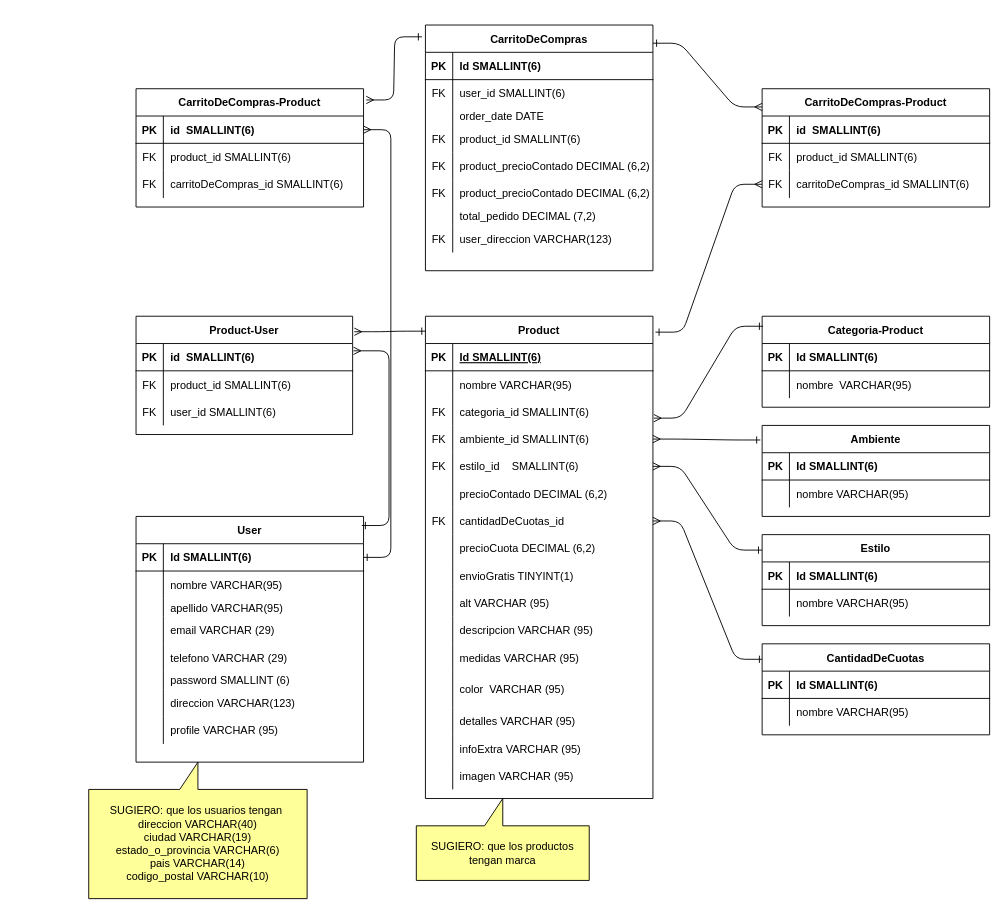
Mariana-Candia/New-repository keeps this draw.io diagram as Untitled Diagram.drawio. Above is the earlier version. Source tidied: cells renumbered, new cells numbered last; positions are measured from the earlier drawing's top-left corner, leaving out a move shared by most shapes. Both pictures are drawn from the tidied source at 91%, with x=0, y=0 at pixel (88, 25).
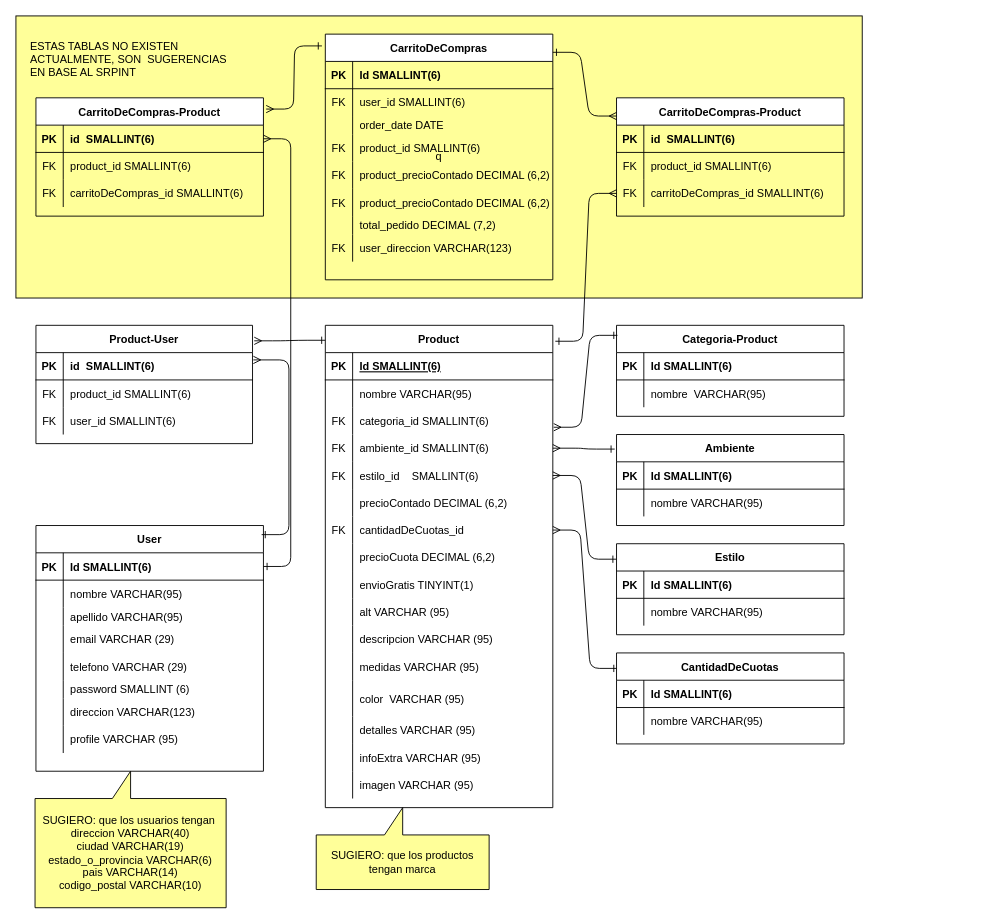
The same diagram, later.

Unchanged cells that the change refers to:
```xml
<mxCell id="99" style="shape=partialRectangle;fillColor=none;points=[[0,0.5],[1,0.5]];portConstraint=eastwest;top=0;left=0;right=0;bottom=1;" parent="98" vertex="1">
  <mxGeometry y="30" width="238" height="30" as="geometry" />
</mxCell>
```

Diff of the diagram source:
```diff
@@
+    <mxCell id="171" value="q" style="rounded=0;whiteSpace=wrap;html=1;fillColor=#FFFF99;" parent="1" vertex="1">
+      <mxGeometry x="-80" y="-10" width="930" height="310" as="geometry" />
+    </mxCell>
@@
     <mxCell id="3" value="Product" style="shape=table;startSize=30;childLayout=tableLayout;rowLines=0;fontStyle=1;align=center;" parent="1" vertex="1">
-      <mxGeometry x="370" y="320" width="250" height="530" as="geometry" />
+      <mxGeometry x="260" y="330" width="250" height="530" as="geometry" />
     </mxCell>
@@
     <mxCell id="52" value="Estilo" style="shape=table;startSize=30;childLayout=tableLayout;rowLines=0;fontStyle=1;align=center;" parent="1" vertex="1">
-      <mxGeometry x="740" y="560" width="250" height="100" as="geometry" />
+      <mxGeometry x="580" y="570" width="250" height="100" as="geometry" />
     </mxCell>
@@
     <mxCell id="59" value="User" style="shape=table;startSize=30;childLayout=tableLayout;rowLines=0;fontStyle=1;align=center;" parent="1" vertex="1">
-      <mxGeometry x="52" y="540" width="250" height="270" as="geometry" />
+      <mxGeometry x="-58" y="550" width="250" height="270" as="geometry" />
     </mxCell>
@@
     <mxCell id="84" value="Categoria-Product" style="shape=table;startSize=30;childLayout=tableLayout;rowLines=0;fontStyle=1;align=center;" parent="1" vertex="1">
-      <mxGeometry x="740" y="320" width="250" height="100" as="geometry" />
+      <mxGeometry x="580" y="330" width="250" height="100" as="geometry" />
     </mxCell>
@@
     <mxCell id="91" value="Ambiente" style="shape=table;startSize=30;childLayout=tableLayout;rowLines=0;fontStyle=1;align=center;" parent="1" vertex="1">
-      <mxGeometry x="740" y="440" width="250" height="100" as="geometry" />
+      <mxGeometry x="580" y="450" width="250" height="100" as="geometry" />
     </mxCell>
@@
     <mxCell id="98" value="Product-User" style="shape=table;startSize=30;childLayout=tableLayout;rowLines=0;fontStyle=1;align=center;" parent="1" vertex="1">
-      <mxGeometry x="52" y="320" width="238" height="130" as="geometry" />
+      <mxGeometry x="-58" y="330" width="238" height="130" as="geometry" />
     </mxCell>
@@
     <mxCell id="112" value="CantidadDeCuotas" style="shape=table;startSize=30;childLayout=tableLayout;rowLines=0;fontStyle=1;align=center;" parent="1" vertex="1">
-      <mxGeometry x="740" y="680" width="250" height="100" as="geometry" />
+      <mxGeometry x="580" y="690" width="250" height="100" as="geometry" />
     </mxCell>
@@
     <mxCell id="119" style="edgeStyle=entityRelationEdgeStyle;endArrow=ERmany;startArrow=ERone;endFill=0;startFill=0;entryX=1.004;entryY=0.267;entryDx=0;entryDy=0;entryPerimeter=0;" parent="1" edge="1" target="99">
       <mxGeometry relative="1" as="geometry">
-        <mxPoint x="300" y="550" as="sourcePoint" />
+        <mxPoint x="190" y="560" as="sourcePoint" />
       </mxGeometry>
     </mxCell>
     <mxCell id="120" value="SUGIERO: que los productos tengan marca" style="shape=callout;whiteSpace=wrap;html=1;perimeter=calloutPerimeter;fillColor=#FFFF99;direction=west;" parent="1" vertex="1">
-      <mxGeometry x="360" y="850" width="190" height="90" as="geometry" />
+      <mxGeometry x="250" y="860" width="190" height="90" as="geometry" />
     </mxCell>
-    <mxCell id="121" value="SUGIERO: que los usuarios tengan&amp;nbsp;&lt;br&gt;&lt;div&gt;direccion VARCHAR(40)&lt;/div&gt;&lt;div&gt;ciudad VARCHAR(19)&lt;/div&gt;&lt;div&gt;estado_o_provincia VARCHAR(6)&lt;/div&gt;&lt;div&gt;pais VARCHAR(14)&lt;/div&gt;&lt;div&gt;codigo_postal VARCHAR(10)&lt;/div&gt;" style="shape=callout;whiteSpace=wrap;html=1;perimeter=calloutPerimeter;direction=west;fillColor=#FFFF99;" parent="1" vertex="1">
-      <mxGeometry y="810" width="240" height="150" as="geometry" />
+    <mxCell id="121" value="SUGIERO: que los usuarios tengan&amp;nbsp;&lt;br&gt;&lt;div&gt;direccion VARCHAR(40)&lt;/div&gt;&lt;div&gt;ciudad VARCHAR(19)&lt;/div&gt;&lt;div&gt;estado_o_provincia VARCHAR(6)&lt;/div&gt;&lt;div&gt;pais VARCHAR(14)&lt;/div&gt;&lt;div&gt;codigo_postal VARCHAR(10)&lt;br&gt;&lt;/div&gt;" style="shape=callout;whiteSpace=wrap;html=1;perimeter=calloutPerimeter;direction=west;fillColor=#FFFF99;" parent="1" vertex="1">
+      <mxGeometry x="-59" y="820" width="210" height="150" as="geometry" />
     </mxCell>
     <mxCell id="122" value="CarritoDeCompras-Product" style="shape=table;startSize=30;childLayout=tableLayout;rowLines=0;fontStyle=1;align=center;" parent="1" vertex="1">
-      <mxGeometry x="740" y="70" width="250" height="130" as="geometry" />
+      <mxGeometry x="580" y="80" width="250" height="130" as="geometry" />
     </mxCell>
@@
     <mxCell id="132" value="CarritoDeCompras" style="shape=table;startSize=30;childLayout=tableLayout;rowLines=0;fontStyle=1;align=center;" parent="1" vertex="1">
-      <mxGeometry x="370" width="250" height="270" as="geometry" />
+      <mxGeometry x="260" y="10" width="250" height="270" as="geometry" />
     </mxCell>
@@
     <mxCell id="157" value="CarritoDeCompras-Product" style="shape=table;startSize=30;childLayout=tableLayout;rowLines=0;fontStyle=1;align=center;" parent="1" vertex="1">
-      <mxGeometry x="52" y="70" width="250" height="130" as="geometry" />
+      <mxGeometry x="-58" y="80" width="250" height="130" as="geometry" />
     </mxCell>
@@
+    <mxCell id="172" value="ESTAS TABLAS NO EXISTEN &#10;ACTUALMENTE, SON  SUGERENCIAS &#10;EN BASE AL SRPINT " style="text;strokeColor=none;fillColor=none;align=left;verticalAlign=top;spacingLeft=4;spacingRight=4;overflow=hidden;" parent="1" vertex="1">
+      <mxGeometry x="-70" y="10" width="232" height="50" as="geometry" />
+    </mxCell>
```
